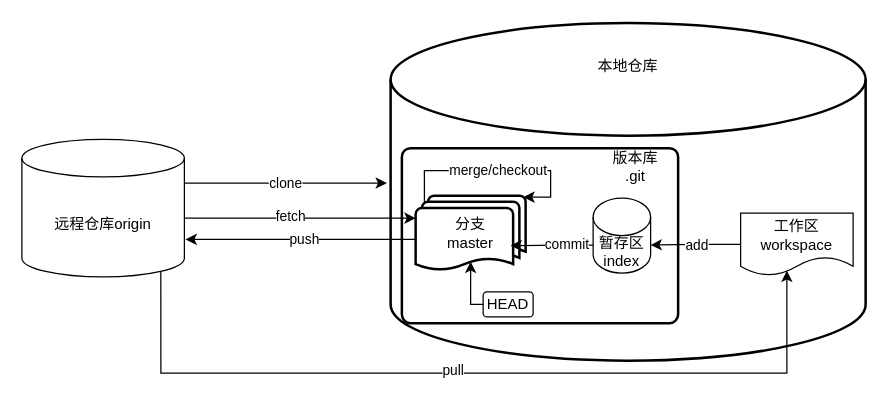
This is git/git仓库.drawio from tt-libr/draw.io, a draw.io file, before an edit. Source tidied: cells renumbered, new cells numbered last; positions are measured from the earlier drawing's top-left corner, leaving out a move shared by most shapes. Both pictures are drawn from the tidied source at 125%, with x=0, y=0 at pixel (21, 22).
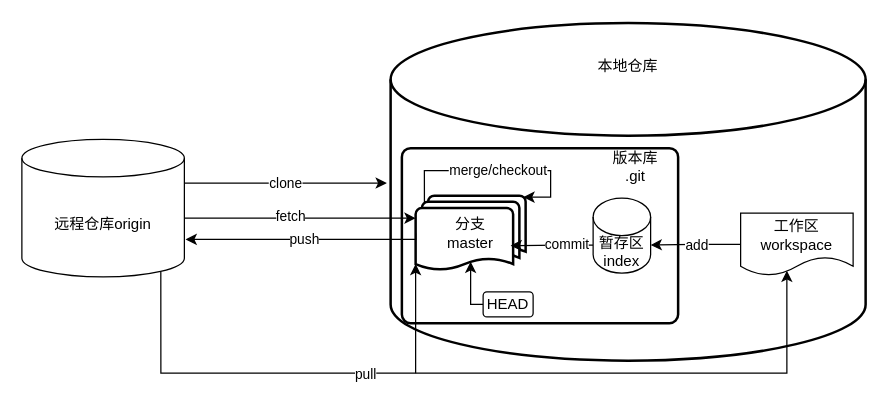
The same diagram, later.

The change refers to these unchanged cells:
```xml
<mxCell id="4" value="分支&lt;br&gt;master" style="strokeWidth=2;html=1;shape=mxgraph.flowchart.multi-document;whiteSpace=wrap;" parent="1" vertex="1">
  <mxGeometry x="315" y="138" width="88" height="60" as="geometry" />
</mxCell>
<mxCell id="14" style="edgeStyle=orthogonalEdgeStyle;rounded=0;jettySize=auto;html=1;exitX=0.855;exitY=1;exitDx=0;exitDy=-4.35;exitPerimeter=0;entryX=0.411;entryY=0.92;entryDx=0;entryDy=0;entryPerimeter=0;startArrow=none;startFill=0;endArrow=classic;endFill=1;" parent="1" edge="1" source="16" target="10">
  <mxGeometry relative="1" as="geometry">
    <Array as="points">
      <mxPoint x="111" y="280" />
      <mxPoint x="612" y="280" />
    </Array>
  </mxGeometry>
</mxCell>
```

The edit, as a diff of the source:
```diff
@@
+    <mxCell id="23" style="edgeStyle=orthogonalEdgeStyle;rounded=0;jettySize=auto;html=1;exitX=0;exitY=0.91;exitDx=0;exitDy=0;exitPerimeter=0;startArrow=classic;startFill=1;endArrow=none;endFill=0;" parent="1" edge="1" source="4">
+      <mxGeometry relative="1" as="geometry">
+        <mxPoint x="315" y="280" as="targetPoint" />
+        <Array as="points">
+          <mxPoint x="315" y="220" />
+          <mxPoint x="315" y="220" />
+        </Array>
+      </mxGeometry>
+    </mxCell>
@@
     <mxCell id="15" value="pull" style="edgeLabel;html=1;align=center;verticalAlign=middle;" parent="14" vertex="1">
-      <mxGeometry x="-0.05" y="3" relative="1" as="geometry" />
+      <mxGeometry x="-0.05" y="3" relative="1" as="geometry">
+        <mxPoint x="-70" y="3" as="offset" />
+      </mxGeometry>
     </mxCell>
```
